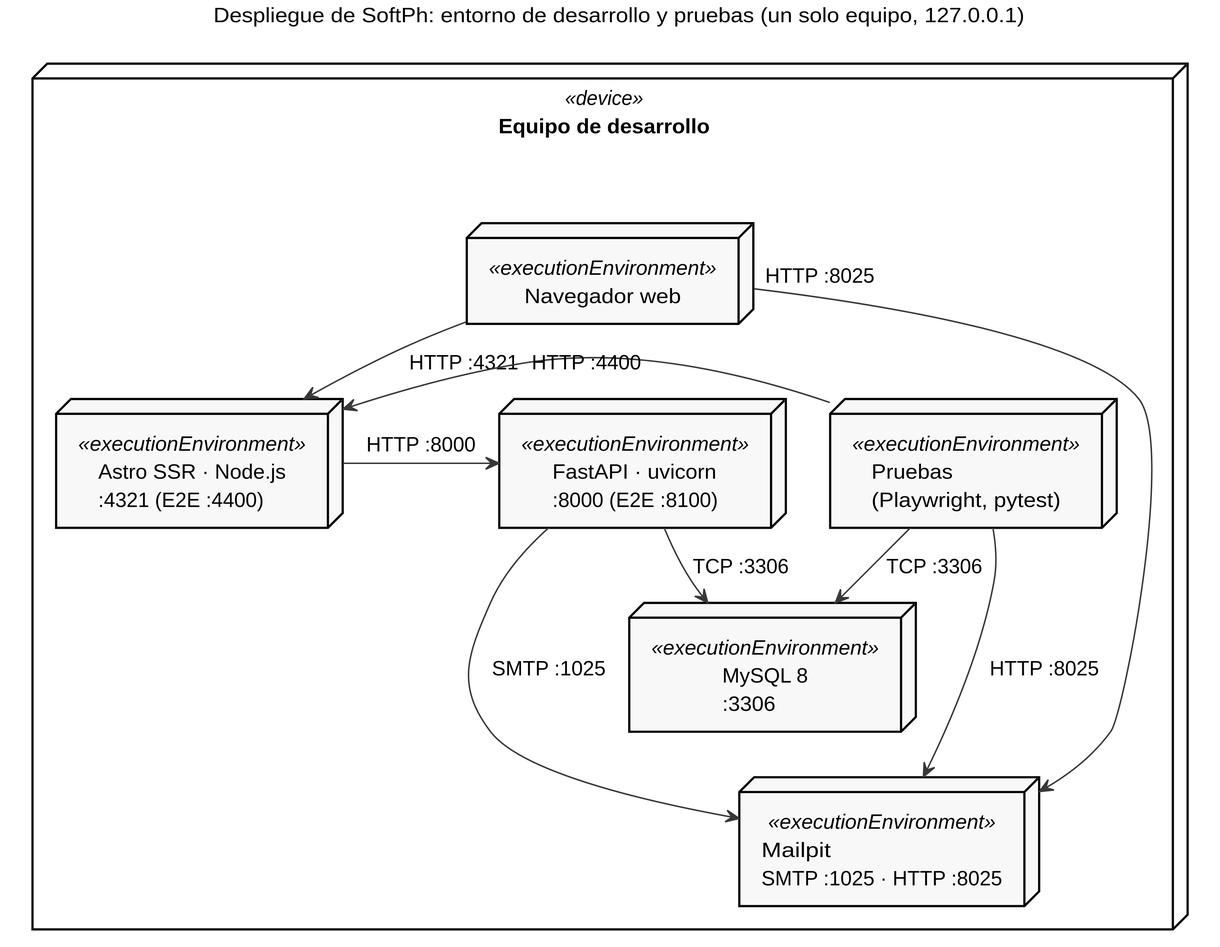
Earlier version of the PlantUML export docs/entrega-objetivos/arquitectura/despliegue.svg (yilberDev/SoftPh-Academico).
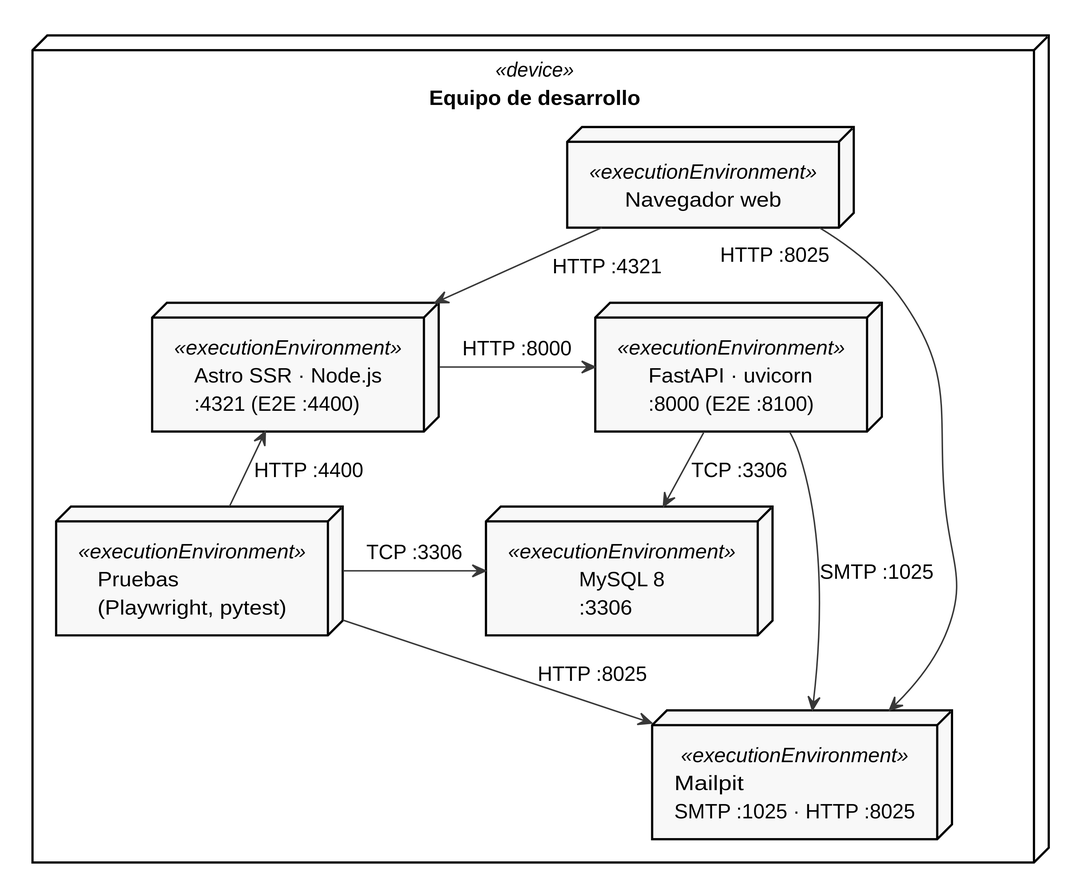
Later version of the same file.

What changed in the source:
```diff
@@ -9,7 +9,6 @@
 skinparam ranksep 30
 top to bottom direction
 
-title Despliegue de SoftPh: entorno de desarrollo y pruebas (un solo equipo, 127.0.0.1)
 
 node "Equipo de desarrollo" <<device>> as host {
   node "Navegador web" <<executionEnvironment>> as browser
@@ -22,12 +21,11 @@
 
 browser -down-> astro : "HTTP :4321"
 astro -right-> uvicorn : "HTTP :8000"
-runners -left-> astro : "HTTP :4400"
-runners -down-> mysql : "TCP :3306"
+runners -up-> astro : "HTTP :4400"
+runners -left-> mysql : "TCP :3306"
 runners -down-> mailpit : "HTTP :8025"
 uvicorn -down-> mysql : "TCP :3306"
 uvicorn -down-> mailpit : "SMTP :1025"
 browser "HTTP :8025" -down-> mailpit
-uvicorn -[hidden]right-> runners
 mysql -[hidden]down-> mailpit
 @enduml
```
